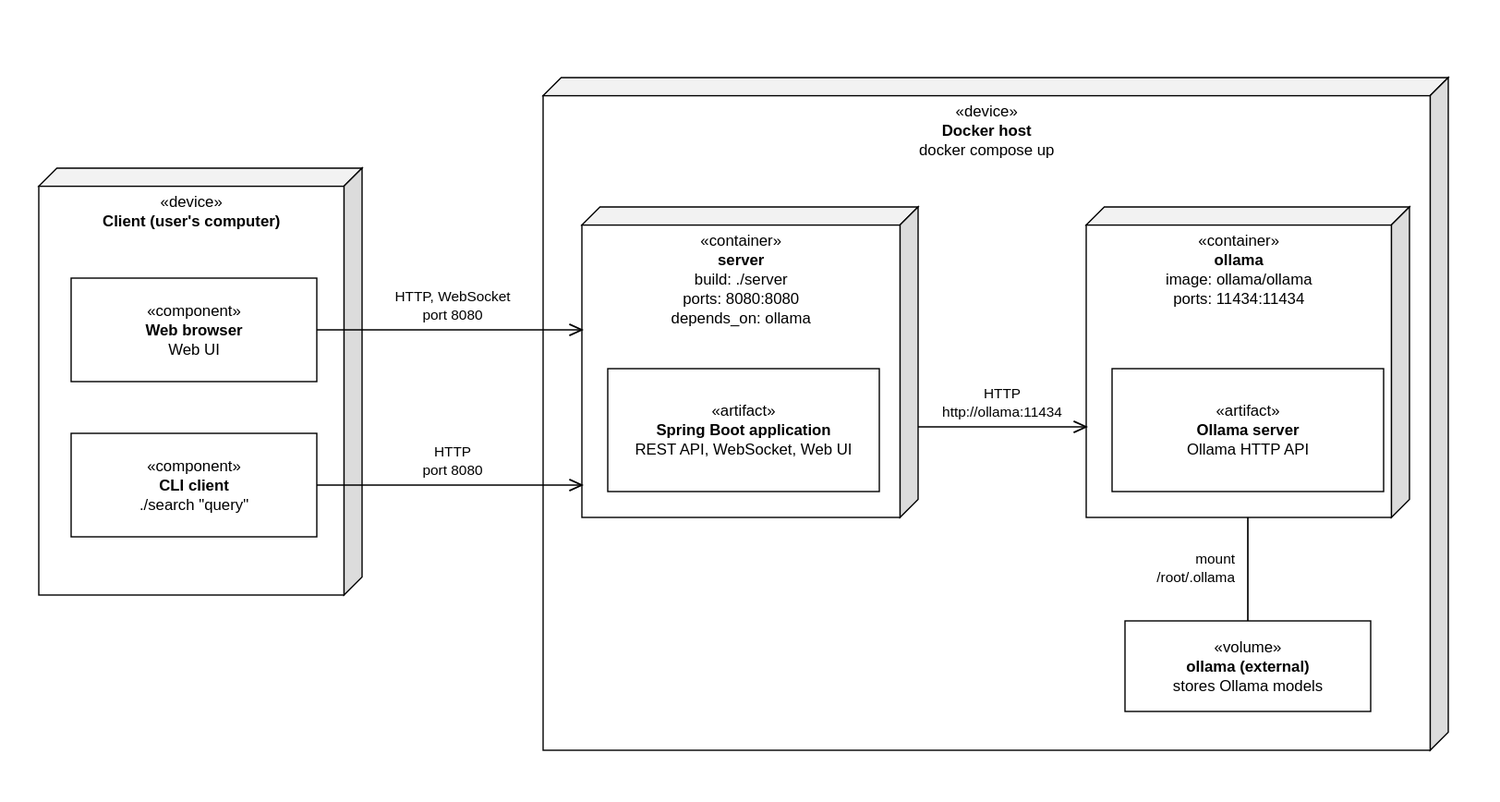
setrios/parallel-inverted-index-search-llm keeps this draw.io diagram as docs/uml/deployment.drawio.svg. Above is the earlier version. Source tidied: cells renumbered, new cells last; positions are measured from the earlier drawing's top-left corner, leaving out a move shared by most shapes.
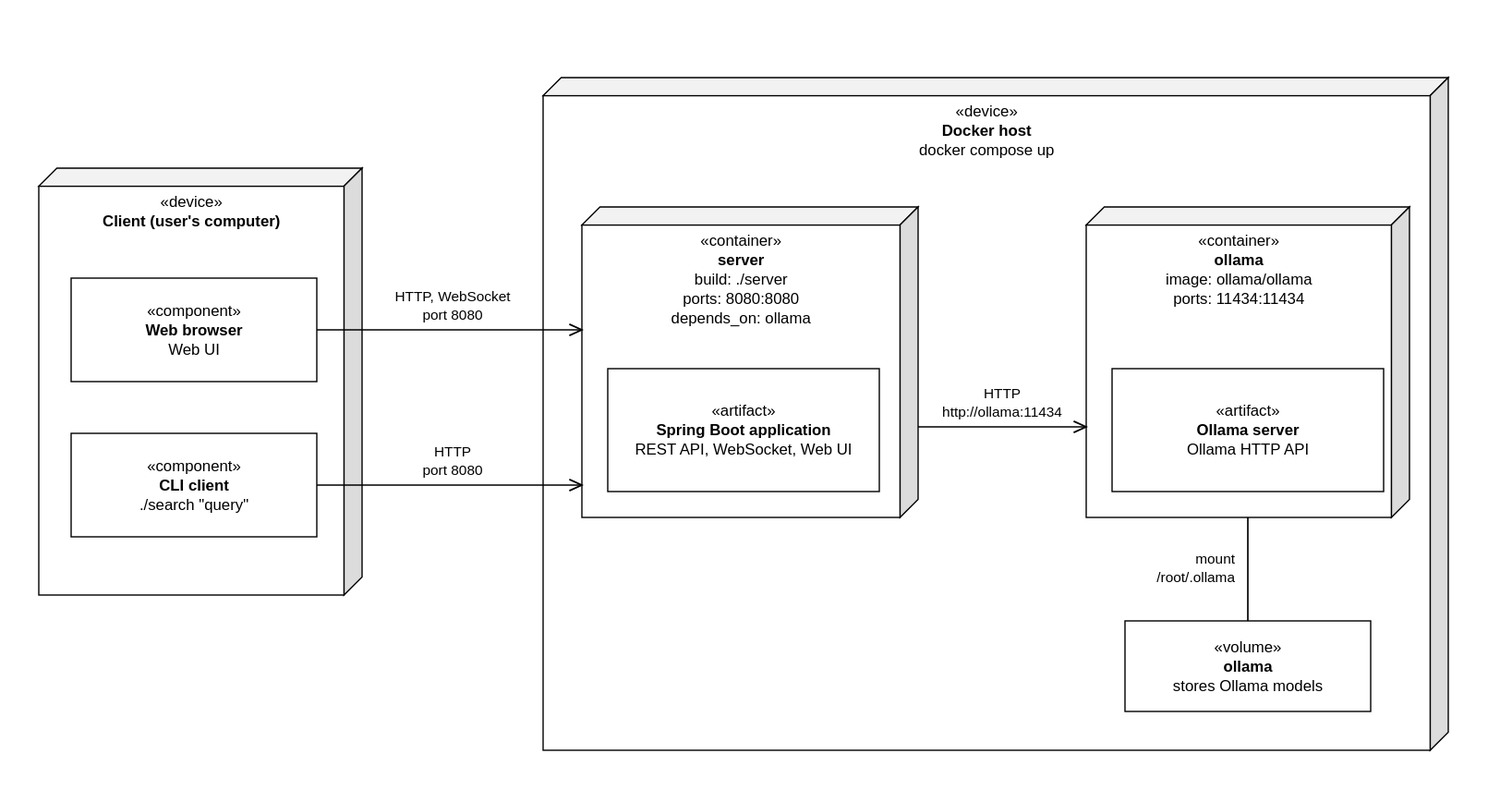
The same diagram one commit later.

Commit message:
docs: update deployment diagram for compose volume

What changed in the source:
```diff
@@ -26,7 +26,7 @@
     <mxCell id="9" value="«artifact»&lt;br&gt;&lt;b&gt;Ollama server&lt;/b&gt;&lt;br&gt;Ollama HTTP API" style="html=1;whiteSpace=wrap;align=center;verticalAlign=middle;fillColor=#ffffff;strokeColor=#000000;" parent="8" vertex="1">
       <mxGeometry x="20" y="125" width="210" height="95" as="geometry" />
     </mxCell>
-    <mxCell id="10" value="«volume»&lt;br&gt;&lt;b&gt;ollama (external)&lt;/b&gt;&lt;br&gt;stores Ollama models" style="html=1;whiteSpace=wrap;align=center;verticalAlign=middle;fillColor=#ffffff;strokeColor=#000000;" parent="5" vertex="1">
+    <mxCell id="10" value="«volume»&lt;br&gt;&lt;b&gt;ollama&lt;/b&gt;&lt;br&gt;stores Ollama models" style="html=1;whiteSpace=wrap;align=center;verticalAlign=middle;fillColor=#ffffff;strokeColor=#000000;" parent="5" vertex="1">
       <mxGeometry x="450" y="420" width="190" height="70" as="geometry" />
     </mxCell>
     <mxCell id="11" style="html=1;edgeStyle=none;endArrow=open;endFill=0;" parent="1" edge="1">
```
